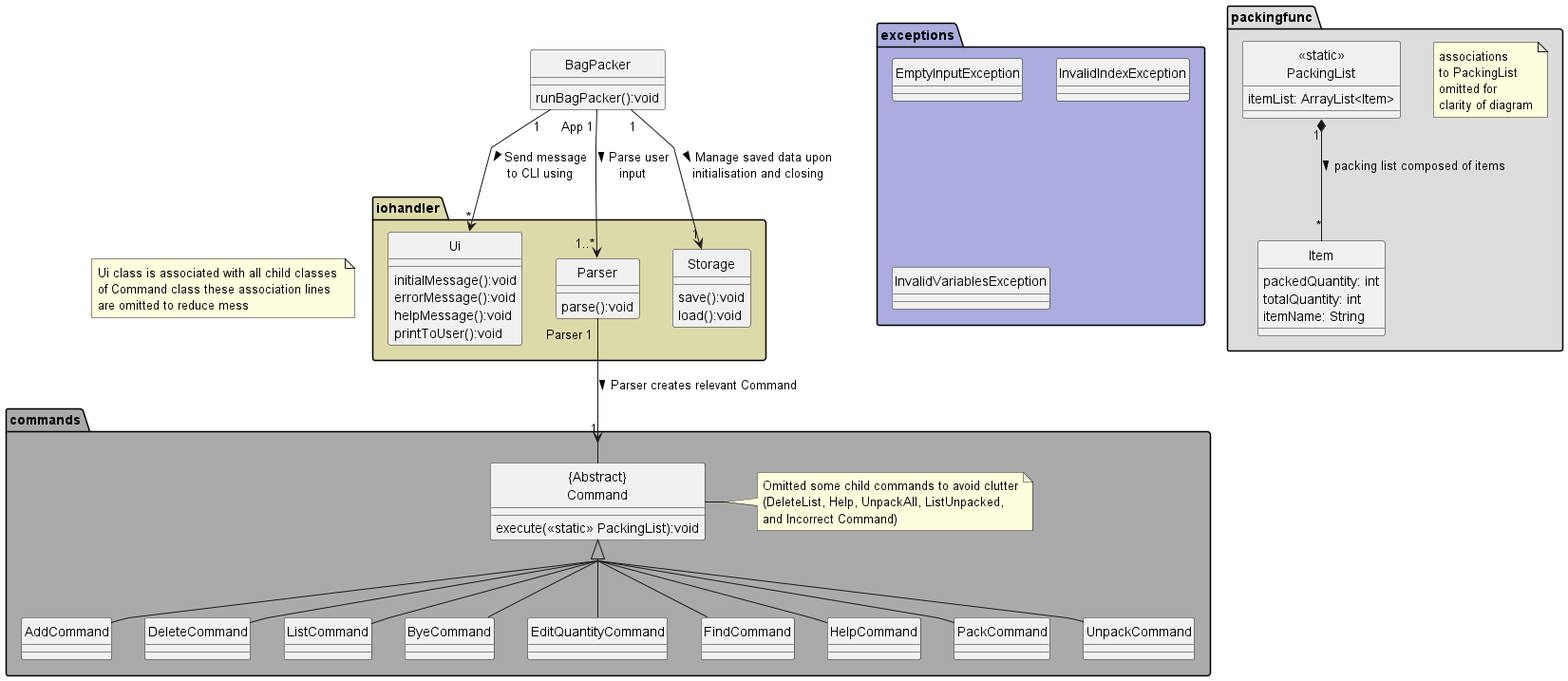
Before: docs/umlDiagrams/BagPackerClassDiagram.png, a diagram exported from PlantUML (nus-cs2113-AY2223S2/tp).
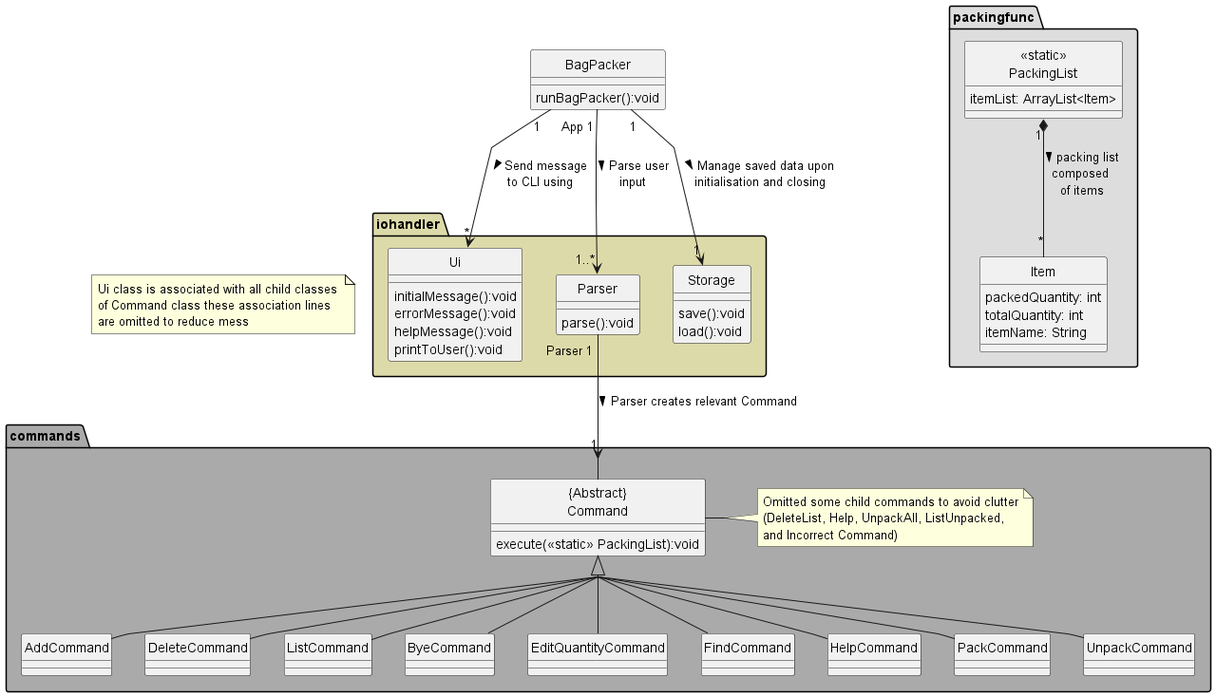
After the change.

Commit message:
Split Class diagrams into 2 for better readability

Change to the diagram source:
```diff
@@ -2,17 +2,6 @@
 
 skinparam linetype polyline
 hide circle
-namespace packingfunc #DDDDDD {
-    note "associations \nto PackingList \nomitted for \nclarity of diagram" as PackingListNote
-    class Item{
-    packedQuantity: int
-    totalQuantity: int
-    itemName: String
-    }
-    class "<<static>>\nPackingList" as PackingList{
-    itemList: ArrayList<Item>
-    }
-}
 class BagPacker{
 runBagPacker():void
 }
@@ -31,14 +20,19 @@
             printToUser():void
     }
 }
-namespace exceptions #AAADDD {
-    class EmptyInputException{}
-    class InvalidIndexException{}
-    class InvalidVariablesException{}
-}
 note "Ui class is associated with all child classes \nof Command class these association lines \nare omitted to reduce mess" as uiNote
 uiNote .[Hidden] Ui
 skinparam groupInheritance 2
+namespace packingfunc #DDDDDD {
+    class Item{
+    packedQuantity: int
+    totalQuantity: int
+    itemName: String
+    }
+    class "<<static>>\nPackingList" as PackingList{
+    itemList: ArrayList<Item>
+    }
+}
 namespace commands #AAAAAA {
     class "{Abstract}\nCommand" as Command{
     execute(<<static>> PackingList):void
@@ -63,7 +57,7 @@
 BagPacker "App 1" --> "1..*" Parser : > Parse user \ninput
 BagPacker "1" --> "1" Storage : > Manage saved data upon \ninitialisation and closing
 BagPacker "1" --> "*" Ui : > Send message \nto CLI using
-PackingList "1" *-- "*" Item : packing list composed of items >
+PackingList "1" *-- "*" Item : > packing list \ncomposed \nof items
 Parser "Parser 1" --> "1" Command : Parser creates relevant Command >
 
 @enduml
```
